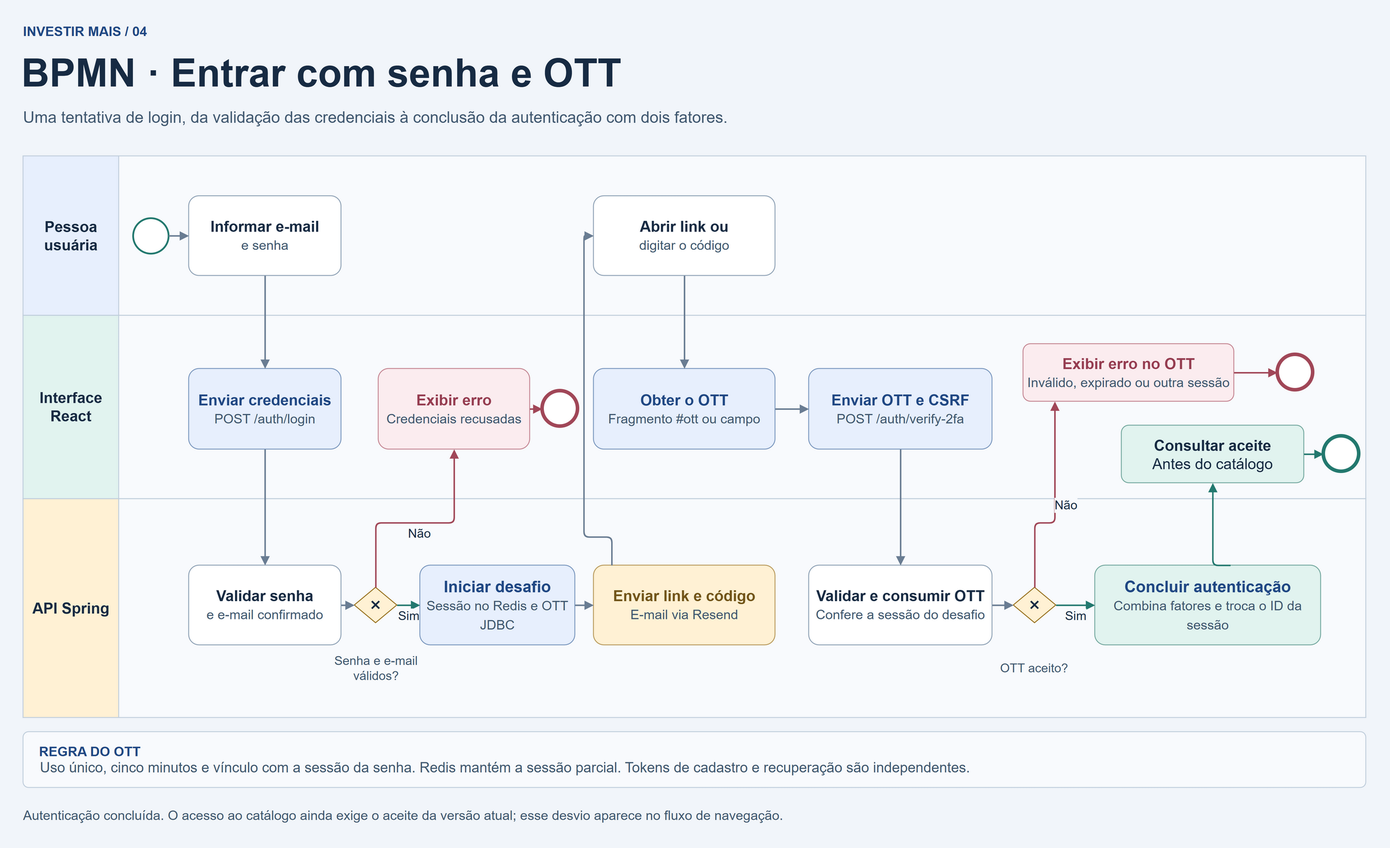
Before: docs/diagramas/bpmn-login-ott.png, a diagram exported from draw.io (GabrielYYM/INVESTIR-MAIS). Source tidied: cells renumbered, new cells last; positions are measured from the earlier drawing's top-left corner, leaving out a move shared by most shapes.
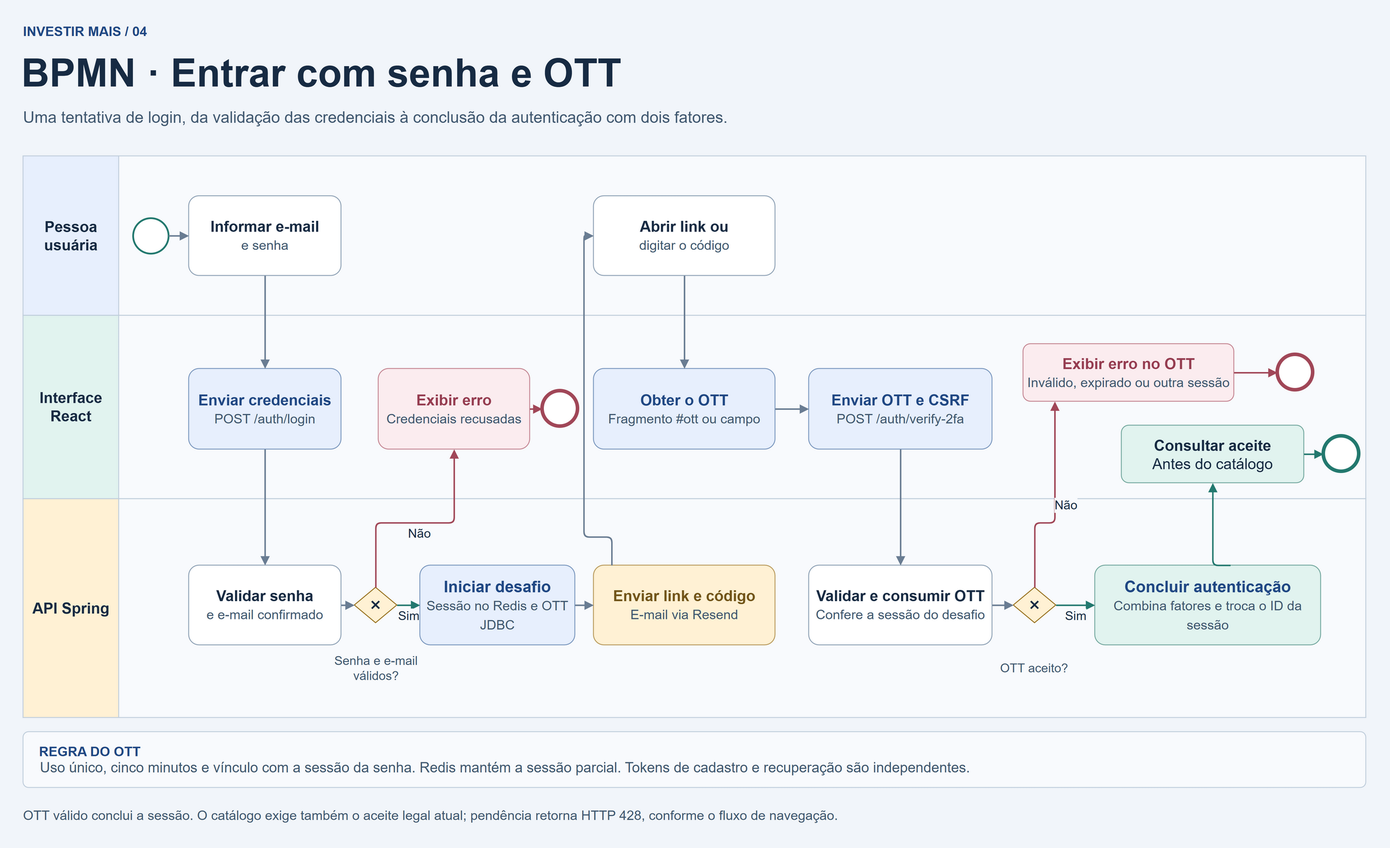
The same diagram one commit later.

The edit, as a diff of the source:
```diff
@@ -11,7 +11,7 @@
     <mxCell id="4" value="Uma tentativa de login, da validação das credenciais à conclusão da autenticação com dois fatores." style="html=1;whiteSpace=wrap;text;strokeColor=none;fillColor=none;fontSize=18;fontColor=#405870;fontStyle=0;align=left;verticalAlign=middle;spacing=0;" parent="1" vertex="1">
       <mxGeometry x="2" y="93" width="1516" height="29" as="geometry" />
     </mxCell>
-    <mxCell id="5" value="Autenticação concluída. O acesso ao catálogo ainda exige o aceite da versão atual; esse desvio aparece no fluxo de navegação." style="html=1;whiteSpace=wrap;text;strokeColor=none;fillColor=none;fontSize=15;fontColor=#405870;fontStyle=0;align=left;verticalAlign=middle;spacing=0;" parent="1" vertex="1">
+    <mxCell id="5" value="OTT válido conclui a sessão. O catálogo exige também o aceite legal atual; pendência retorna HTTP 428, conforme o fluxo de navegação." style="html=1;whiteSpace=wrap;text;strokeColor=none;fillColor=none;fontSize=15;fontColor=#405870;fontStyle=0;align=left;verticalAlign=middle;spacing=0;" parent="1" vertex="1">
       <mxGeometry x="2" y="884" width="1516" height="24" as="geometry" />
     </mxCell>
     <mxCell id="6" style="html=1;whiteSpace=wrap;swimlane;horizontal=0;startSize=108;rounded=0;fillColor=#E7EFFD;swimlaneFillColor=#F8FAFD;strokeColor=#C0CEDC;fontSize=17;fontStyle=1;fontColor=#172B43;" parent="1" vertex="1">
```
